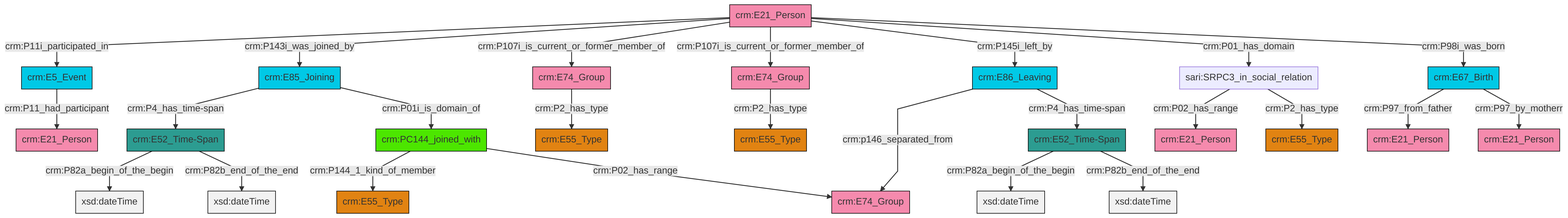
This is et/personCSV/ttl/mmd/png/Person_Actor_Relations.png from swiss-art-research-net/docs.swissartresearch, a Mermaid export, as it was before one commit. Its source is kept beside it as et/personCSV/ttl/mmd/Person_Actor_Relations.ttl.mmd.
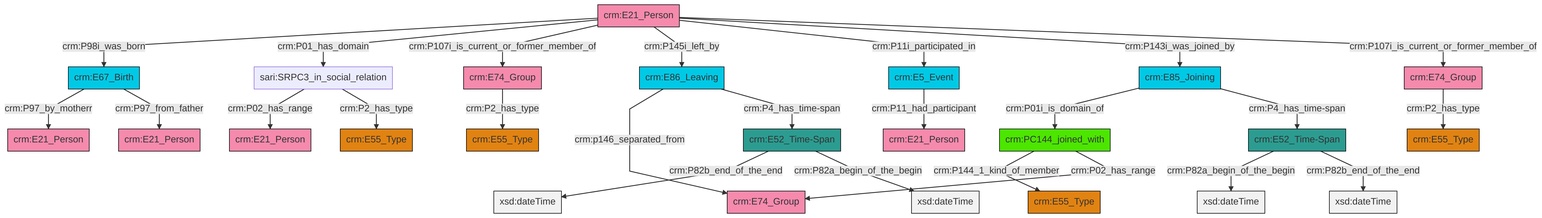
Later version of the same file.

What changed in the source:
```diff
@@ -13,27 +13,27 @@
 classDef PC_Classes fill:#4ce600, stroke:#000000;
 classDef Multi fill:#cccccc,stroke:#000000;
 
-2["crm:E21_Person"]:::Actor -->|crm:P11i_participated_in| 0["crm:E5_Event"]:::Temporal_Entity
-3["crm:E85_Joining"]:::Temporal_Entity -->|crm:P4_has_time-span| 4["crm:E52_Time-Span"]:::Time-Span
-4["crm:E52_Time-Span"]:::Time-Span -->|crm:P82a_begin_of_the_begin| 5[xsd:dateTime]:::Literal
-7["crm:E52_Time-Span"]:::Time-Span -->|crm:P82a_begin_of_the_begin| 8[xsd:dateTime]:::Literal
-2["crm:E21_Person"]:::Actor -->|crm:P143i_was_joined_by| 3["crm:E85_Joining"]:::Temporal_Entity
-14["crm:E74_Group"]:::Actor -->|crm:P2_has_type| 9["crm:E55_Type"]:::Type
-20["crm:E86_Leaving"]:::Temporal_Entity -->|crm:p146_separated_from| 21["crm:E74_Group"]:::Actor
-2["crm:E21_Person"]:::Actor -->|crm:P107i_is_current_or_former_member_of| 14["crm:E74_Group"]:::Actor
-4["crm:E52_Time-Span"]:::Time-Span -->|crm:P82b_end_of_the_end| 26[xsd:dateTime]:::Literal
-20["crm:E86_Leaving"]:::Temporal_Entity -->|crm:P4_has_time-span| 7["crm:E52_Time-Span"]:::Time-Span
-16["crm:E67_Birth"]:::Temporal_Entity -->|crm:P97_from_father| 28["crm:E21_Person"]:::Actor
-24["crm:PC144_joined_with"]:::PC_Classes -->|crm:P144_1_kind_of_member| 18["crm:E55_Type"]:::Type
-7["crm:E52_Time-Span"]:::Time-Span -->|crm:P82b_end_of_the_end| 35[xsd:dateTime]:::Literal
-3["crm:E85_Joining"]:::Temporal_Entity -->|crm:P01i_is_domain_of| 24["crm:PC144_joined_with"]:::PC_Classes
-16["crm:E67_Birth"]:::Temporal_Entity -->|crm:P97_by_motherr| 31["crm:E21_Person"]:::Actor
-38["sari:SRPC3_in_social_relation"]:::Default -->|crm:P02_has_range| 36["crm:E21_Person"]:::Actor
-0["crm:E5_Event"]:::Temporal_Entity -->|crm:P11_had_participant| 39["crm:E21_Person"]:::Actor
-38["sari:SRPC3_in_social_relation"]:::Default -->|crm:P2_has_type| 42["crm:E55_Type"]:::Type
-2["crm:E21_Person"]:::Actor -->|crm:P107i_is_current_or_former_member_of| 22["crm:E74_Group"]:::Actor
-2["crm:E21_Person"]:::Actor -->|crm:P145i_left_by| 20["crm:E86_Leaving"]:::Temporal_Entity
-2["crm:E21_Person"]:::Actor -->|crm:P01_has_domain| 38["sari:SRPC3_in_social_relation"]:::Default
-2["crm:E21_Person"]:::Actor -->|crm:P98i_was_born| 16["crm:E67_Birth"]:::Temporal_Entity
-24["crm:PC144_joined_with"]:::PC_Classes -->|crm:P02_has_range| 21["crm:E74_Group"]:::Actor
-22["crm:E74_Group"]:::Actor -->|crm:P2_has_type| 11["crm:E55_Type"]:::Type
+0["crm:PC144_joined_with"]:::PC_Classes -->|crm:P144_1_kind_of_member| 1["crm:E55_Type"]:::Type
+2["crm:E52_Time-Span"]:::Time-Span -->|crm:P82b_end_of_the_end| 3[xsd:dateTime]:::Literal
+4["crm:E74_Group"]:::Actor -->|crm:P2_has_type| 5["crm:E55_Type"]:::Type
+6["crm:E21_Person"]:::Actor -->|crm:P98i_was_born| 7["crm:E67_Birth"]:::Temporal_Entity
+9["crm:E86_Leaving"]:::Temporal_Entity -->|crm:p146_separated_from| 10["crm:E74_Group"]:::Actor
+6["crm:E21_Person"]:::Actor -->|crm:P01_has_domain| 13["sari:SRPC3_in_social_relation"]:::Default
+7["crm:E67_Birth"]:::Temporal_Entity -->|crm:P97_by_motherr| 14["crm:E21_Person"]:::Actor
+13["sari:SRPC3_in_social_relation"]:::Default -->|crm:P02_has_range| 11["crm:E21_Person"]:::Actor
+15["crm:E52_Time-Span"]:::Time-Span -->|crm:P82a_begin_of_the_begin| 16[xsd:dateTime]:::Literal
+2["crm:E52_Time-Span"]:::Time-Span -->|crm:P82a_begin_of_the_begin| 17[xsd:dateTime]:::Literal
+19["crm:E85_Joining"]:::Temporal_Entity -->|crm:P01i_is_domain_of| 0["crm:PC144_joined_with"]:::PC_Classes
+22["crm:E5_Event"]:::Temporal_Entity -->|crm:P11_had_participant| 23["crm:E21_Person"]:::Actor
+13["sari:SRPC3_in_social_relation"]:::Default -->|crm:P2_has_type| 26["crm:E55_Type"]:::Type
+6["crm:E21_Person"]:::Actor -->|crm:P107i_is_current_or_former_member_of| 20["crm:E74_Group"]:::Actor
+9["crm:E86_Leaving"]:::Temporal_Entity -->|crm:P4_has_time-span| 2["crm:E52_Time-Span"]:::Time-Span
+0["crm:PC144_joined_with"]:::PC_Classes -->|crm:P02_has_range| 10["crm:E74_Group"]:::Actor
+6["crm:E21_Person"]:::Actor -->|crm:P145i_left_by| 9["crm:E86_Leaving"]:::Temporal_Entity
+15["crm:E52_Time-Span"]:::Time-Span -->|crm:P82b_end_of_the_end| 36[xsd:dateTime]:::Literal
+7["crm:E67_Birth"]:::Temporal_Entity -->|crm:P97_from_father| 31["crm:E21_Person"]:::Actor
+6["crm:E21_Person"]:::Actor -->|crm:P11i_participated_in| 22["crm:E5_Event"]:::Temporal_Entity
+20["crm:E74_Group"]:::Actor -->|crm:P2_has_type| 39["crm:E55_Type"]:::Type
+6["crm:E21_Person"]:::Actor -->|crm:P143i_was_joined_by| 19["crm:E85_Joining"]:::Temporal_Entity
+19["crm:E85_Joining"]:::Temporal_Entity -->|crm:P4_has_time-span| 15["crm:E52_Time-Span"]:::Time-Span
+6["crm:E21_Person"]:::Actor -->|crm:P107i_is_current_or_former_member_of| 4["crm:E74_Group"]:::Actor
```
